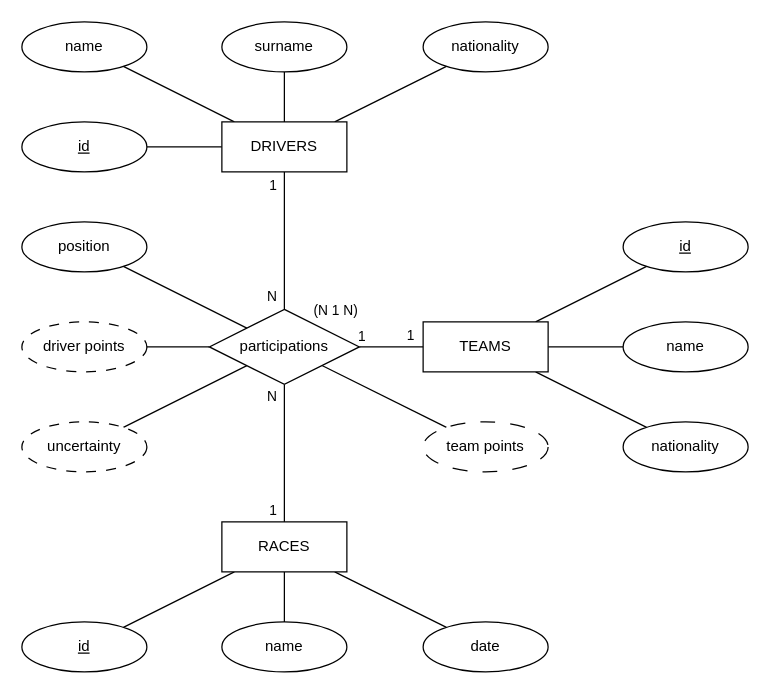
Qv1ko/RacingTracker keeps this draw.io diagram as page "Página-1" (1 of 2) of documents/resources/analysis/diagrama_er.drawio. Above is the earlier version. Source tidied: cells renumbered, new cells numbered last; positions are measured from the earlier drawing's top-left corner, leaving out a move shared by most shapes. Both pictures are drawn from the tidied source at 125%, with x=0, y=0 at pixel (21, 21).
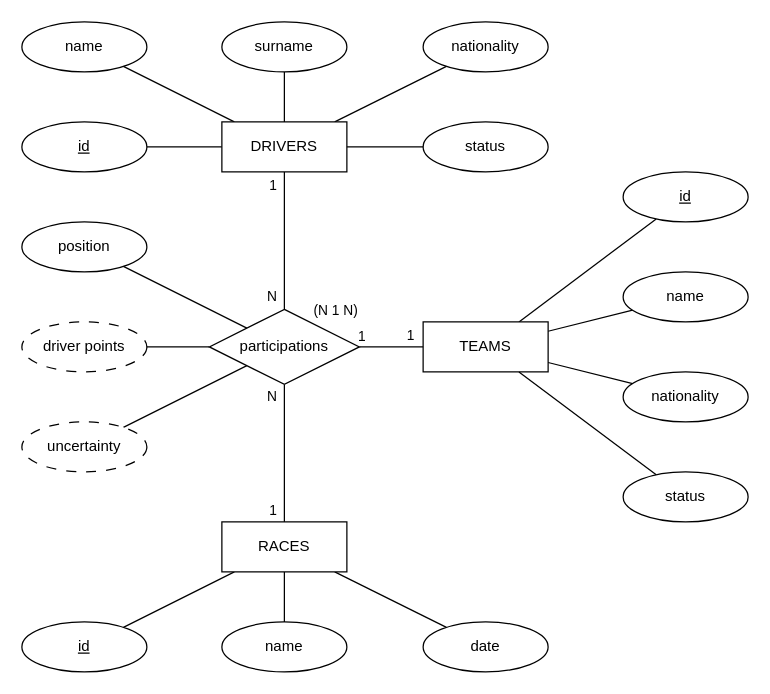
After the change.

Unchanged cells that the change refers to:
```xml
<mxCell id="6" value="TEAMS" style="whiteSpace=wrap;html=1;align=center;" parent="1" vertex="1">
  <mxGeometry x="321" y="240" width="100" height="40" as="geometry" />
</mxCell>
<mxCell id="13" value="DRIVERS" style="whiteSpace=wrap;html=1;align=center;" parent="1" vertex="1">
  <mxGeometry x="160" y="80" width="100" height="40" as="geometry" />
</mxCell>
<mxCell id="20" value="&lt;span class=&quot;tag_lemma&quot;&gt;&lt;a rel=&quot;nofollow&quot; class=&quot;dictLink&quot;&gt;participations&lt;/a&gt;&lt;/span&gt;" style="shape=rhombus;perimeter=rhombusPerimeter;whiteSpace=wrap;html=1;align=center;" parent="1" vertex="1">
  <mxGeometry x="150" y="230" width="120" height="60" as="geometry" />
</mxCell>
```

What changed in the source:
```diff
@@
-    <mxCell id="4" style="rounded=0;jettySize=auto;html=1;endArrow=none;endFill=0;" parent="1" edge="1" source="20" target="23">
-      <mxGeometry relative="1" as="geometry" />
-    </mxCell>
@@
     <mxCell id="21" value="nationality" style="ellipse;whiteSpace=wrap;html=1;align=center;" parent="1" vertex="1">
-      <mxGeometry x="481" y="320" width="100" height="40" as="geometry" />
+      <mxGeometry x="481" y="280" width="100" height="40" as="geometry" />
     </mxCell>
@@
-    <mxCell id="23" value="team points" style="ellipse;whiteSpace=wrap;html=1;align=center;dashed=1;dashPattern=12 12;" parent="1" vertex="1">
-      <mxGeometry x="321" y="320" width="100" height="40" as="geometry" />
-    </mxCell>
     <mxCell id="24" value="name" style="ellipse;whiteSpace=wrap;html=1;align=center;" parent="1" vertex="1">
-      <mxGeometry x="481" y="240" width="100" height="40" as="geometry" />
+      <mxGeometry x="481" y="200" width="100" height="40" as="geometry" />
     </mxCell>
@@
     <mxCell id="27" value="id" style="ellipse;whiteSpace=wrap;html=1;align=center;fontStyle=4;" parent="1" vertex="1">
-      <mxGeometry x="481" y="160" width="100" height="40" as="geometry" />
+      <mxGeometry x="481" y="120" width="100" height="40" as="geometry" />
     </mxCell>
@@
+    <mxCell id="42" value="status" style="ellipse;whiteSpace=wrap;html=1;align=center;" parent="1" vertex="1">
+      <mxGeometry x="321" y="80" width="100" height="40" as="geometry" />
+    </mxCell>
+    <mxCell id="43" style="rounded=0;jettySize=auto;html=1;endArrow=none;endFill=0;" parent="1" edge="1" source="13" target="42">
+      <mxGeometry relative="1" as="geometry" />
+    </mxCell>
+    <mxCell id="44" value="status" style="ellipse;whiteSpace=wrap;html=1;align=center;" parent="1" vertex="1">
+      <mxGeometry x="481" y="360" width="100" height="40" as="geometry" />
+    </mxCell>
+    <mxCell id="45" style="rounded=0;jettySize=auto;html=1;endArrow=none;endFill=0;" parent="1" edge="1" source="6" target="44">
+      <mxGeometry relative="1" as="geometry" />
+    </mxCell>
```
